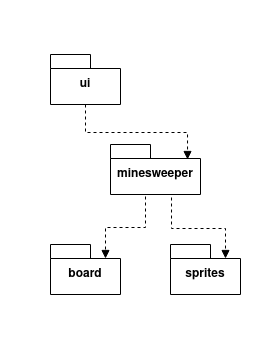
xelmas/ot-miinaharava keeps this draw.io diagram as dokumentaatio/kuvat/arkkitehtuuri-pakkaus.png. Above is the earlier version. Source tidied: cells renumbered, new cells last; positions are measured from the earlier drawing's top-left corner, leaving out a move shared by most shapes. Source of this version:
```xml
<mxGraphModel background="#ffffff">
  <root>
    <mxCell id="0" />
    <mxCell id="1" parent="0" />
    <mxCell id="2" value="ui" style="shape=folder;fontStyle=1;spacingTop=10;tabWidth=40;tabHeight=14;tabPosition=left;html=1;whiteSpace=wrap;" parent="1" vertex="1">
      <mxGeometry x="50" y="50" width="70" height="50" as="geometry" />
    </mxCell>
    <mxCell id="3" value="minesweeper" style="shape=folder;fontStyle=1;spacingTop=10;tabWidth=40;tabHeight=14;tabPosition=left;html=1;whiteSpace=wrap;" parent="1" vertex="1">
      <mxGeometry x="110" y="140" width="90" height="50" as="geometry" />
    </mxCell>
    <mxCell id="4" value="sprites" style="shape=folder;fontStyle=1;spacingTop=10;tabWidth=40;tabHeight=14;tabPosition=left;html=1;whiteSpace=wrap;" parent="1" vertex="1">
      <mxGeometry x="170" y="240" width="70" height="50" as="geometry" />
    </mxCell>
    <mxCell id="5" value="board" style="shape=folder;fontStyle=1;spacingTop=10;tabWidth=40;tabHeight=14;tabPosition=left;html=1;whiteSpace=wrap;" parent="1" vertex="1">
      <mxGeometry x="50" y="240" width="70" height="50" as="geometry" />
    </mxCell>
    <mxCell id="6" value="dispatch" style="verticalAlign=bottom;endArrow=block;edgeStyle=elbowEdgeStyle;elbow=vertical;curved=0;rounded=0;fontColor=none;html=1;labelBackgroundColor=none;noLabel=1;dashed=1;entryX=0.856;entryY=0.3;entryDx=0;entryDy=0;entryPerimeter=0;" parent="1" edge="1" source="2" target="3">
      <mxGeometry x="0.01" relative="1" as="geometry" />
    </mxCell>
    <mxCell id="7" value="dispatch" style="verticalAlign=bottom;endArrow=block;edgeStyle=elbowEdgeStyle;elbow=vertical;curved=0;rounded=0;fontColor=none;html=1;labelBackgroundColor=none;noLabel=1;dashed=1;exitX=0.389;exitY=1.04;exitDx=0;exitDy=0;exitPerimeter=0;entryX=0;entryY=0;entryDx=55;entryDy=14;entryPerimeter=0;" parent="1" edge="1" source="3" target="5">
      <mxGeometry x="0.01" relative="1" as="geometry" />
    </mxCell>
    <mxCell id="8" value="dispatch" style="verticalAlign=bottom;endArrow=block;edgeStyle=elbowEdgeStyle;elbow=vertical;curved=0;rounded=0;fontColor=none;html=1;labelBackgroundColor=none;noLabel=1;dashed=1;entryX=0;entryY=0;entryDx=55;entryDy=14;entryPerimeter=0;exitX=0.678;exitY=1.06;exitDx=0;exitDy=0;exitPerimeter=0;" parent="1" edge="1" source="3" target="4">
      <mxGeometry x="0.01" relative="1" as="geometry" />
    </mxCell>
    <mxCell id="9" value="&lt;div&gt;&amp;nbsp;&lt;/div&gt;&lt;div&gt;&lt;br&gt;&lt;/div&gt;" style="text;html=1;strokeColor=none;fillColor=none;align=center;verticalAlign=middle;whiteSpace=wrap;rounded=0;" parent="1" vertex="1">
      <mxGeometry x="240" y="150" width="20" height="20" as="geometry" />
    </mxCell>
    <mxCell id="10" value="&lt;div&gt;&amp;nbsp;&lt;/div&gt;&lt;div&gt;&lt;br&gt;&lt;/div&gt;" style="text;html=1;strokeColor=none;fillColor=none;align=center;verticalAlign=middle;whiteSpace=wrap;rounded=0;" parent="1" vertex="1">
      <mxGeometry y="150" width="20" height="20" as="geometry" />
    </mxCell>
    <mxCell id="11" value="&lt;div&gt;&amp;nbsp;&lt;/div&gt;&lt;div&gt;&lt;br&gt;&lt;/div&gt;" style="text;html=1;strokeColor=none;fillColor=none;align=center;verticalAlign=middle;whiteSpace=wrap;rounded=0;" parent="1" vertex="1">
      <mxGeometry x="130" y="310" width="20" height="20" as="geometry" />
    </mxCell>
    <mxCell id="12" value="&lt;div&gt;&amp;nbsp;&lt;/div&gt;&lt;div&gt;&lt;br&gt;&lt;/div&gt;" style="text;html=1;strokeColor=none;fillColor=none;align=center;verticalAlign=middle;whiteSpace=wrap;rounded=0;" parent="1" vertex="1">
      <mxGeometry x="90" width="20" height="20" as="geometry" />
    </mxCell>
  </root>
</mxGraphModel>
```
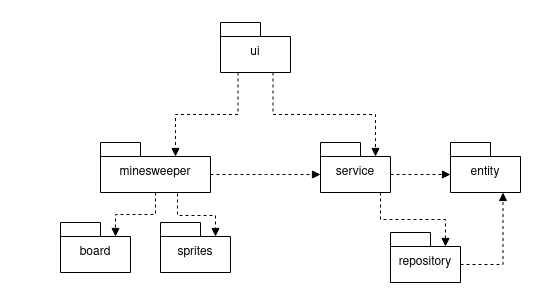
Later version of the same file.

Diff of the diagram source:
```diff
@@ -2,38 +2,77 @@
   <root>
     <mxCell id="0" />
     <mxCell id="1" parent="0" />
-    <mxCell id="2" value="ui" style="shape=folder;fontStyle=1;spacingTop=10;tabWidth=40;tabHeight=14;tabPosition=left;html=1;whiteSpace=wrap;" parent="1" vertex="1">
-      <mxGeometry x="50" y="50" width="70" height="50" as="geometry" />
+    <mxCell id="2" value="ui" style="shape=folder;fontStyle=0;spacingTop=10;tabWidth=40;tabHeight=14;tabPosition=left;html=1;whiteSpace=wrap;" parent="1" vertex="1">
+      <mxGeometry x="310" width="70" height="50" as="geometry" />
     </mxCell>
-    <mxCell id="3" value="minesweeper" style="shape=folder;fontStyle=1;spacingTop=10;tabWidth=40;tabHeight=14;tabPosition=left;html=1;whiteSpace=wrap;" parent="1" vertex="1">
-      <mxGeometry x="110" y="140" width="90" height="50" as="geometry" />
+    <mxCell id="3" value="minesweeper" style="shape=folder;fontStyle=0;spacingTop=10;tabWidth=40;tabHeight=14;tabPosition=left;html=1;whiteSpace=wrap;" parent="1" vertex="1">
+      <mxGeometry x="190" y="120" width="110" height="50" as="geometry" />
     </mxCell>
-    <mxCell id="4" value="sprites" style="shape=folder;fontStyle=1;spacingTop=10;tabWidth=40;tabHeight=14;tabPosition=left;html=1;whiteSpace=wrap;" parent="1" vertex="1">
-      <mxGeometry x="170" y="240" width="70" height="50" as="geometry" />
-    </mxCell>
-    <mxCell id="5" value="board" style="shape=folder;fontStyle=1;spacingTop=10;tabWidth=40;tabHeight=14;tabPosition=left;html=1;whiteSpace=wrap;" parent="1" vertex="1">
-      <mxGeometry x="50" y="240" width="70" height="50" as="geometry" />
+    <mxCell id="5" value="board" style="shape=folder;fontStyle=0;spacingTop=10;tabWidth=40;tabHeight=14;tabPosition=left;html=1;whiteSpace=wrap;" parent="1" vertex="1">
+      <mxGeometry x="150" y="200" width="70" height="50" as="geometry" />
     </mxCell>
-    <mxCell id="6" value="dispatch" style="verticalAlign=bottom;endArrow=block;edgeStyle=elbowEdgeStyle;elbow=vertical;curved=0;rounded=0;fontColor=none;html=1;labelBackgroundColor=none;noLabel=1;dashed=1;entryX=0.856;entryY=0.3;entryDx=0;entryDy=0;entryPerimeter=0;" parent="1" edge="1" source="2" target="3">
+    <mxCell id="6" value="dispatch" style="verticalAlign=bottom;endArrow=block;edgeStyle=elbowEdgeStyle;elbow=vertical;curved=0;rounded=0;fontColor=none;html=1;labelBackgroundColor=none;noLabel=1;dashed=1;entryX=0;entryY=0;entryDx=75;entryDy=14;entryPerimeter=0;exitX=0.25;exitY=1;exitDx=0;exitDy=0;exitPerimeter=0;" parent="1" edge="1" source="2" target="3">
       <mxGeometry x="0.01" relative="1" as="geometry" />
     </mxCell>
-    <mxCell id="7" value="dispatch" style="verticalAlign=bottom;endArrow=block;edgeStyle=elbowEdgeStyle;elbow=vertical;curved=0;rounded=0;fontColor=none;html=1;labelBackgroundColor=none;noLabel=1;dashed=1;exitX=0.389;exitY=1.04;exitDx=0;exitDy=0;exitPerimeter=0;entryX=0;entryY=0;entryDx=55;entryDy=14;entryPerimeter=0;" parent="1" edge="1" source="3" target="5">
-      <mxGeometry x="0.01" relative="1" as="geometry" />
-    </mxCell>
+    <mxCell id="10" value="&lt;div&gt;&amp;nbsp;&lt;/div&gt;&lt;div&gt;&lt;br&gt;&lt;/div&gt;" style="text;html=1;strokeColor=none;fillColor=none;align=center;verticalAlign=middle;whiteSpace=wrap;rounded=0;" parent="1" vertex="1">
+      <mxGeometry x="130" y="140" width="10" height="15" as="geometry" />
+    </mxCell>
+    <mxCell id="12" value="&lt;div&gt;&amp;nbsp;&lt;/div&gt;&lt;div&gt;&lt;br&gt;&lt;/div&gt;" style="text;html=1;strokeColor=none;fillColor=none;align=center;verticalAlign=middle;whiteSpace=wrap;rounded=0;" parent="1" vertex="1">
+      <mxGeometry x="90" width="20" height="20" as="geometry" />
+    </mxCell>
+    <mxCell id="13" style="html=1;whiteSpace=wrap;align=right;verticalAlign=bottom;" parent="1" vertex="1">
+      <mxGeometry x="120" y="190" as="geometry" />
+    </mxCell>
+    <mxCell id="14" value="dispatch" style="verticalAlign=bottom;endArrow=block;edgeStyle=elbowEdgeStyle;elbow=vertical;curved=0;rounded=0;fontColor=none;html=1;labelBackgroundColor=none;noLabel=1;dashed=1;exitX=0.75;exitY=1;exitDx=0;exitDy=0;exitPerimeter=0;entryX=0;entryY=0;entryDx=55;entryDy=14;entryPerimeter=0;" parent="1" edge="1" source="2" target="18">
+      <mxGeometry x="0.01" relative="1" as="geometry" />
+    </mxCell>
+    <mxCell id="15" value="&amp;nbsp;" style="text;html=1;strokeColor=none;fillColor=none;align=center;verticalAlign=middle;whiteSpace=wrap;rounded=0;" parent="1" vertex="1">
+      <mxGeometry x="360" y="260" width="30" height="10" as="geometry" />
+    </mxCell>
+    <mxCell id="16" value="&amp;nbsp;" style="text;html=1;strokeColor=none;fillColor=none;align=center;verticalAlign=middle;whiteSpace=wrap;rounded=0;" parent="1" vertex="1">
+      <mxGeometry x="620" y="134" width="10" height="21" as="geometry" />
+    </mxCell>
+    <mxCell id="17" value="&amp;nbsp;" style="text;html=1;strokeColor=none;fillColor=none;align=center;verticalAlign=middle;whiteSpace=wrap;rounded=0;" parent="1" vertex="1">
+      <mxGeometry x="310" y="-20" width="50" height="10" as="geometry" />
+    </mxCell>
+    <mxCell id="4" value="&lt;div&gt;sprites&lt;/div&gt;" style="shape=folder;fontStyle=0;spacingTop=10;tabWidth=40;tabHeight=14;tabPosition=left;html=1;whiteSpace=wrap;" parent="1" vertex="1">
+      <mxGeometry x="250" y="200" width="70" height="50" as="geometry" />
+    </mxCell>
+    <mxCell id="18" value="service" style="shape=folder;fontStyle=0;spacingTop=10;tabWidth=40;tabHeight=14;tabPosition=left;html=1;whiteSpace=wrap;" parent="1" vertex="1">
+      <mxGeometry x="410" y="120" width="70" height="50" as="geometry" />
+    </mxCell>
+    <mxCell id="19" value="&lt;div&gt;repository&lt;/div&gt;" style="shape=folder;fontStyle=0;spacingTop=10;tabWidth=40;tabHeight=14;tabPosition=left;html=1;whiteSpace=wrap;" parent="1" vertex="1">
+      <mxGeometry x="480" y="210" width="70" height="50" as="geometry" />
+    </mxCell>
+    <mxCell id="20" value="dispatch" style="verticalAlign=bottom;endArrow=block;edgeStyle=elbowEdgeStyle;elbow=vertical;curved=0;rounded=0;fontColor=none;html=1;labelBackgroundColor=none;noLabel=1;dashed=1;entryX=0;entryY=0;entryDx=55;entryDy=14;entryPerimeter=0;exitX=0.857;exitY=1;exitDx=0;exitDy=0;exitPerimeter=0;" parent="1" edge="1" source="18" target="19">
+      <mxGeometry x="0.01" relative="1" as="geometry" />
+    </mxCell>
+    <mxCell id="21" value="enti&lt;span style=&quot;&quot;&gt;t&lt;/span&gt;y" style="shape=folder;fontStyle=0;spacingTop=10;tabWidth=40;tabHeight=14;tabPosition=left;html=1;whiteSpace=wrap;" parent="1" vertex="1">
+      <mxGeometry x="540" y="120" width="70" height="50" as="geometry" />
+    </mxCell>
+    <mxCell id="22" style="html=1;verticalAlign=bottom;endArrow=block;edgeStyle=elbowEdgeStyle;elbow=vertical;curved=0;rounded=0;exitX=0;exitY=0;exitDx=70;exitDy=32;exitPerimeter=0;entryX=0;entryY=0;entryDx=0;entryDy=32;entryPerimeter=0;dashed=1;" parent="1" edge="1" source="18" target="21">
+      <mxGeometry relative="1" as="geometry" />
+    </mxCell>
+    <mxCell id="23" style="html=1;verticalAlign=bottom;endArrow=block;edgeStyle=elbowEdgeStyle;elbow=vertical;curved=0;rounded=0;dashed=1;exitX=0;exitY=0;exitDx=70;exitDy=32;exitPerimeter=0;entryX=0.75;entryY=1;entryDx=0;entryDy=0;entryPerimeter=0;" parent="1" edge="1" source="19" target="21">
+      <mxGeometry x="0.5" y="30" relative="1" as="geometry">
+        <Array as="points">
+          <mxPoint x="593" y="242" />
+        </Array>
+      </mxGeometry>
+    </mxCell>
+    <mxCell id="24" style="html=1;verticalAlign=bottom;endArrow=block;edgeStyle=elbowEdgeStyle;elbow=vertical;curved=0;rounded=0;dashed=1;entryX=0;entryY=0;entryDx=55;entryDy=14;entryPerimeter=0;" parent="1" edge="1" target="5">
+      <mxGeometry x="-0.48" y="81" relative="1" as="geometry">
+        <mxPoint x="245" y="170" as="sourcePoint" />
+        <mxPoint x="65" y="-33" as="offset" />
+      </mxGeometry>
+    </mxCell>
-    <mxCell id="8" value="dispatch" style="verticalAlign=bottom;endArrow=block;edgeStyle=elbowEdgeStyle;elbow=vertical;curved=0;rounded=0;fontColor=none;html=1;labelBackgroundColor=none;noLabel=1;dashed=1;entryX=0;entryY=0;entryDx=55;entryDy=14;entryPerimeter=0;exitX=0.678;exitY=1.06;exitDx=0;exitDy=0;exitPerimeter=0;" parent="1" edge="1" source="3" target="4">
-      <mxGeometry x="0.01" relative="1" as="geometry" />
+    <mxCell id="8" style="html=1;verticalAlign=bottom;endArrow=block;edgeStyle=elbowEdgeStyle;elbow=vertical;curved=0;rounded=0;dashed=1;entryX=0;entryY=0;entryDx=55;entryDy=14;entryPerimeter=0;exitX=0.7;exitY=1.02;exitDx=0;exitDy=0;exitPerimeter=0;" parent="1" edge="1" source="3" target="4">
+      <mxGeometry x="1" y="55" relative="1" as="geometry">
+        <mxPoint y="6" as="offset" />
+      </mxGeometry>
     </mxCell>
-    <mxCell id="9" value="&lt;div&gt;&amp;nbsp;&lt;/div&gt;&lt;div&gt;&lt;br&gt;&lt;/div&gt;" style="text;html=1;strokeColor=none;fillColor=none;align=center;verticalAlign=middle;whiteSpace=wrap;rounded=0;" parent="1" vertex="1">
-      <mxGeometry x="240" y="150" width="20" height="20" as="geometry" />
-    </mxCell>
-    <mxCell id="10" value="&lt;div&gt;&amp;nbsp;&lt;/div&gt;&lt;div&gt;&lt;br&gt;&lt;/div&gt;" style="text;html=1;strokeColor=none;fillColor=none;align=center;verticalAlign=middle;whiteSpace=wrap;rounded=0;" parent="1" vertex="1">
-      <mxGeometry y="150" width="20" height="20" as="geometry" />
-    </mxCell>
-    <mxCell id="11" value="&lt;div&gt;&amp;nbsp;&lt;/div&gt;&lt;div&gt;&lt;br&gt;&lt;/div&gt;" style="text;html=1;strokeColor=none;fillColor=none;align=center;verticalAlign=middle;whiteSpace=wrap;rounded=0;" parent="1" vertex="1">
-      <mxGeometry x="130" y="310" width="20" height="20" as="geometry" />
-    </mxCell>
-    <mxCell id="12" value="&lt;div&gt;&amp;nbsp;&lt;/div&gt;&lt;div&gt;&lt;br&gt;&lt;/div&gt;" style="text;html=1;strokeColor=none;fillColor=none;align=center;verticalAlign=middle;whiteSpace=wrap;rounded=0;" parent="1" vertex="1">
-      <mxGeometry x="90" width="20" height="20" as="geometry" />
-    </mxCell>
+    <mxCell id="25" style="html=1;verticalAlign=bottom;endArrow=block;edgeStyle=elbowEdgeStyle;elbow=vertical;curved=0;rounded=0;dashed=1;entryX=0;entryY=0;entryDx=0;entryDy=32;entryPerimeter=0;exitX=0;exitY=0;exitDx=110;exitDy=32;exitPerimeter=0;" parent="1" edge="1" source="3" target="18">
+      <mxGeometry relative="1" as="geometry" />
+    </mxCell>
   </root>
 </mxGraphModel>
```
